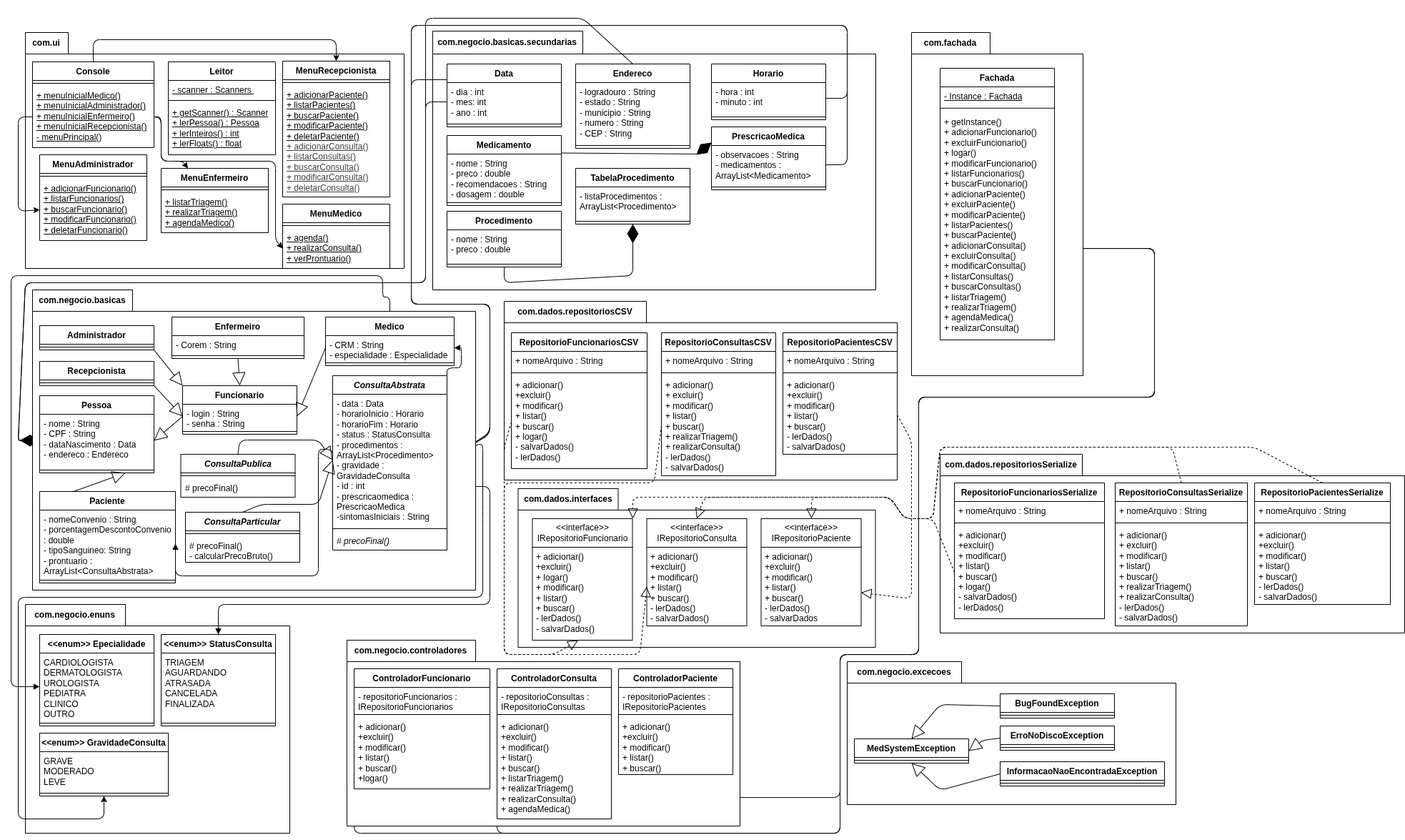
This is DiagramaUML.drawio.png from maxwilliamfs/MedSystem, a draw.io export, as it was before one commit. Source tidied: cells renumbered, new cells last; positions are measured from the earlier drawing's top-left corner, leaving out a move shared by most shapes.
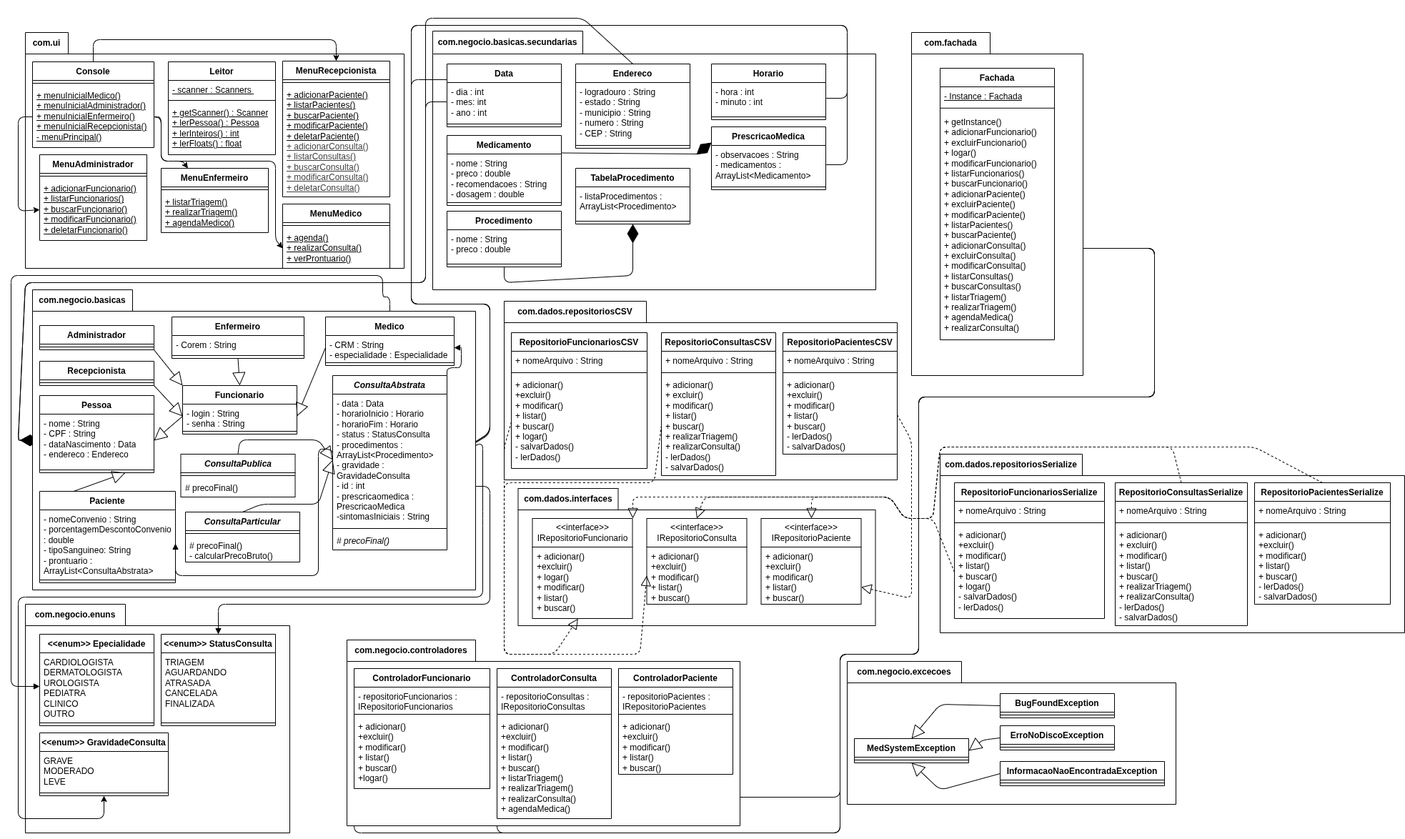
Later version of the same file.

Change to the diagram source:
```diff
@@ -494,7 +494,7 @@
       <mxGeometry width="1230" height="700" as="geometry" />
     </mxCell>
     <mxCell id="114" value="com.dados.interfaces" style="shape=folder;fontStyle=1;tabWidth=140;tabHeight=30;tabPosition=left;html=1;boundedLbl=1;labelInHeader=1;whiteSpace=wrap;" parent="113" vertex="1">
-      <mxGeometry x="689.5" y="228" width="500" height="222" as="geometry" />
+      <mxGeometry x="689.5" y="228" width="500" height="192" as="geometry" />
     </mxCell>
     <mxCell id="115" style="html=1;strokeColor=none;fillColor=none;whiteSpace=wrap;" parent="113" vertex="1">
       <mxGeometry y="-20" width="620" height="390" as="geometry">
@@ -750,22 +750,22 @@
       </mxGeometry>
     </mxCell>
     <mxCell id="185" value="&amp;lt;&amp;lt;interface&amp;gt;&amp;gt;&lt;div&gt;IRepositorioFuncionario&lt;/div&gt;" style="swimlane;fontStyle=0;horizontal=1;startSize=40;fillColor=none;whiteSpace=wrap;html=1;" parent="113" vertex="1">
-      <mxGeometry x="709.5" y="270" width="140" height="170" as="geometry" />
+      <mxGeometry x="709.5" y="270" width="140" height="140" as="geometry" />
     </mxCell>
-    <mxCell id="186" value="&lt;font style=&quot;color: rgb(0, 0, 0);&quot;&gt;+ adicionar()&lt;/font&gt;&lt;div&gt;&lt;font style=&quot;color: rgb(0, 0, 0);&quot;&gt;+excluir()&lt;/font&gt;&lt;/div&gt;&lt;div&gt;&lt;font style=&quot;color: rgb(0, 0, 0);&quot;&gt;+ logar()&lt;/font&gt;&lt;/div&gt;&lt;div&gt;&lt;font style=&quot;color: rgb(0, 0, 0);&quot;&gt;+ modificar()&lt;/font&gt;&lt;/div&gt;&lt;div&gt;&lt;font style=&quot;color: rgb(0, 0, 0);&quot;&gt;+ listar()&lt;/font&gt;&lt;/div&gt;&lt;div&gt;&lt;font style=&quot;color: rgb(0, 0, 0);&quot;&gt;+ buscar()&lt;/font&gt;&lt;/div&gt;&lt;div&gt;&lt;font style=&quot;color: rgb(0, 0, 0);&quot;&gt;- lerDados()&lt;/font&gt;&lt;/div&gt;&lt;div&gt;&lt;font style=&quot;color: rgb(0, 0, 0);&quot;&gt;- salvarDados()&lt;/font&gt;&lt;/div&gt;" style="text;strokeColor=none;fillColor=none;align=left;verticalAlign=top;spacingLeft=4;spacingRight=4;overflow=hidden;points=[[0,0.5],[1,0.5]];portConstraint=eastwest;whiteSpace=wrap;html=1;" parent="185" vertex="1">
-      <mxGeometry y="40" width="140" height="130" as="geometry" />
+    <mxCell id="186" value="&lt;font style=&quot;color: rgb(0, 0, 0);&quot;&gt;+ adicionar()&lt;/font&gt;&lt;div&gt;&lt;font style=&quot;color: rgb(0, 0, 0);&quot;&gt;+excluir()&lt;/font&gt;&lt;/div&gt;&lt;div&gt;&lt;font style=&quot;color: rgb(0, 0, 0);&quot;&gt;+ logar()&lt;/font&gt;&lt;/div&gt;&lt;div&gt;&lt;font style=&quot;color: rgb(0, 0, 0);&quot;&gt;+ modificar()&lt;/font&gt;&lt;/div&gt;&lt;div&gt;&lt;font style=&quot;color: rgb(0, 0, 0);&quot;&gt;+ listar()&lt;/font&gt;&lt;/div&gt;&lt;div&gt;&lt;font style=&quot;color: rgb(0, 0, 0);&quot;&gt;+ buscar()&lt;/font&gt;&lt;/div&gt;" style="text;strokeColor=none;fillColor=none;align=left;verticalAlign=top;spacingLeft=4;spacingRight=4;overflow=hidden;points=[[0,0.5],[1,0.5]];portConstraint=eastwest;whiteSpace=wrap;html=1;" parent="185" vertex="1">
+      <mxGeometry y="40" width="140" height="100" as="geometry" />
     </mxCell>
     <mxCell id="187" value="&amp;lt;&amp;lt;interface&amp;gt;&amp;gt;&lt;div&gt;IRepositorioConsulta&lt;/div&gt;" style="swimlane;fontStyle=0;horizontal=1;startSize=40;fillColor=none;whiteSpace=wrap;html=1;" parent="113" vertex="1">
-      <mxGeometry x="869.5" y="270" width="140" height="150" as="geometry" />
+      <mxGeometry x="869.5" y="270" width="140" height="120" as="geometry" />
     </mxCell>
-    <mxCell id="188" value="&lt;font style=&quot;color: rgb(0, 0, 0);&quot;&gt;+ adicionar()&lt;/font&gt;&lt;div&gt;&lt;font style=&quot;color: rgb(0, 0, 0);&quot;&gt;+excluir()&lt;/font&gt;&lt;/div&gt;&lt;div&gt;&lt;font style=&quot;color: rgb(0, 0, 0);&quot;&gt;+ modificar()&lt;/font&gt;&lt;/div&gt;&lt;div&gt;&lt;font style=&quot;color: rgb(0, 0, 0);&quot;&gt;+ listar()&lt;/font&gt;&lt;/div&gt;&lt;div&gt;&lt;font style=&quot;color: rgb(0, 0, 0);&quot;&gt;+ buscar()&lt;/font&gt;&lt;/div&gt;&lt;div&gt;&lt;font style=&quot;color: rgb(0, 0, 0);&quot;&gt;- lerDados()&lt;/font&gt;&lt;/div&gt;&lt;div&gt;&lt;font style=&quot;color: rgb(0, 0, 0);&quot;&gt;- salvarDados()&lt;/font&gt;&lt;/div&gt;" style="text;strokeColor=none;fillColor=none;align=left;verticalAlign=top;spacingLeft=4;spacingRight=4;overflow=hidden;points=[[0,0.5],[1,0.5]];portConstraint=eastwest;whiteSpace=wrap;html=1;" parent="187" vertex="1">
-      <mxGeometry y="40" width="140" height="110" as="geometry" />
+    <mxCell id="188" value="&lt;font style=&quot;color: rgb(0, 0, 0);&quot;&gt;+ adicionar()&lt;/font&gt;&lt;div&gt;&lt;font style=&quot;color: rgb(0, 0, 0);&quot;&gt;+excluir()&lt;/font&gt;&lt;/div&gt;&lt;div&gt;&lt;font style=&quot;color: rgb(0, 0, 0);&quot;&gt;+ modificar()&lt;/font&gt;&lt;/div&gt;&lt;div&gt;&lt;font style=&quot;color: rgb(0, 0, 0);&quot;&gt;+ listar()&lt;/font&gt;&lt;/div&gt;&lt;div&gt;&lt;font style=&quot;color: rgb(0, 0, 0);&quot;&gt;+ buscar()&lt;/font&gt;&lt;/div&gt;&lt;div&gt;&lt;br&gt;&lt;/div&gt;" style="text;strokeColor=none;fillColor=none;align=left;verticalAlign=top;spacingLeft=4;spacingRight=4;overflow=hidden;points=[[0,0.5],[1,0.5]];portConstraint=eastwest;whiteSpace=wrap;html=1;" parent="187" vertex="1">
+      <mxGeometry y="40" width="140" height="80" as="geometry" />
     </mxCell>
     <mxCell id="189" value="&amp;lt;&amp;lt;interface&amp;gt;&amp;gt;&lt;div&gt;IRepositorioPaciente&lt;/div&gt;" style="swimlane;fontStyle=0;horizontal=1;startSize=40;fillColor=none;whiteSpace=wrap;html=1;" parent="113" vertex="1">
-      <mxGeometry x="1029.5" y="270" width="140" height="150" as="geometry" />
+      <mxGeometry x="1029.5" y="270" width="140" height="120" as="geometry" />
     </mxCell>
-    <mxCell id="190" value="&lt;font style=&quot;color: rgb(0, 0, 0);&quot;&gt;+ adicionar()&lt;/font&gt;&lt;div&gt;&lt;font style=&quot;color: rgb(0, 0, 0);&quot;&gt;+excluir()&lt;/font&gt;&lt;/div&gt;&lt;div&gt;&lt;span style=&quot;background-color: transparent;&quot;&gt;&lt;font style=&quot;color: rgb(0, 0, 0);&quot;&gt;+ modificar()&lt;/font&gt;&lt;/span&gt;&lt;/div&gt;&lt;div&gt;&lt;font style=&quot;color: rgb(0, 0, 0);&quot;&gt;+ listar()&lt;/font&gt;&lt;/div&gt;&lt;div&gt;&lt;font style=&quot;color: rgb(0, 0, 0);&quot;&gt;+ buscar()&lt;/font&gt;&lt;/div&gt;&lt;div&gt;&lt;font style=&quot;color: rgb(0, 0, 0);&quot;&gt;- lerDados()&lt;/font&gt;&lt;/div&gt;&lt;div&gt;&lt;font style=&quot;color: rgb(0, 0, 0);&quot;&gt;- salvarDados&lt;/font&gt;&lt;/div&gt;" style="text;strokeColor=none;fillColor=none;align=left;verticalAlign=top;spacingLeft=4;spacingRight=4;overflow=hidden;points=[[0,0.5],[1,0.5]];portConstraint=eastwest;whiteSpace=wrap;html=1;" parent="189" vertex="1">
-      <mxGeometry y="40" width="140" height="110" as="geometry" />
+    <mxCell id="190" value="&lt;font style=&quot;color: rgb(0, 0, 0);&quot;&gt;+ adicionar()&lt;/font&gt;&lt;div&gt;&lt;font style=&quot;color: rgb(0, 0, 0);&quot;&gt;+excluir()&lt;/font&gt;&lt;/div&gt;&lt;div&gt;&lt;span style=&quot;background-color: transparent;&quot;&gt;&lt;font style=&quot;color: rgb(0, 0, 0);&quot;&gt;+ modificar()&lt;/font&gt;&lt;/span&gt;&lt;/div&gt;&lt;div&gt;&lt;font style=&quot;color: rgb(0, 0, 0);&quot;&gt;+ listar()&lt;/font&gt;&lt;/div&gt;&lt;div&gt;&lt;font style=&quot;color: rgb(0, 0, 0);&quot;&gt;+ buscar()&lt;/font&gt;&lt;/div&gt;&lt;div&gt;&lt;br&gt;&lt;/div&gt;" style="text;strokeColor=none;fillColor=none;align=left;verticalAlign=top;spacingLeft=4;spacingRight=4;overflow=hidden;points=[[0,0.5],[1,0.5]];portConstraint=eastwest;whiteSpace=wrap;html=1;" parent="189" vertex="1">
+      <mxGeometry y="40" width="140" height="80" as="geometry" />
     </mxCell>
     <mxCell id="191" style="html=1;strokeColor=none;fillColor=none;whiteSpace=wrap;" parent="113" vertex="1">
       <mxGeometry x="660.5" y="200" width="550" height="50" as="geometry">
```
